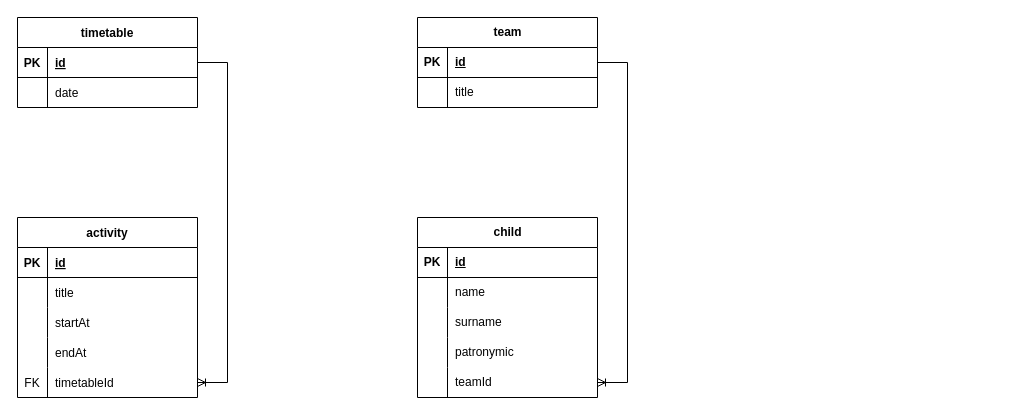
This is backend/DB_diagrams/diagram.drawio from PavKiki/Tracking-the-activity-of-children-in-field-camps, a draw.io file, before an edit. Source tidied: cells renumbered, new cells numbered last; positions are measured from the earlier drawing's top-left corner, leaving out a move shared by most shapes. Both pictures are drawn from the tidied source at 100%, with x=0, y=0 at pixel (17, 17).
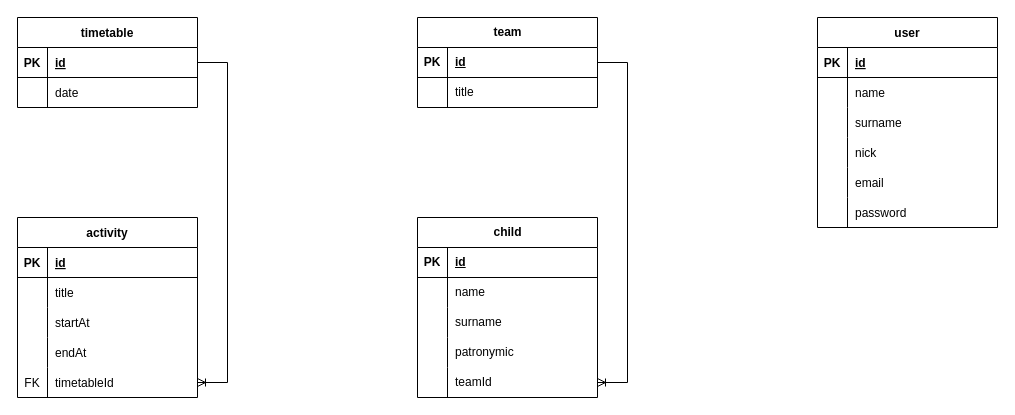
The same diagram, later.

What changed in the source:
```diff
@@
+    <mxCell id="50" value="user" style="shape=table;startSize=30;childLayout=tableLayout;rowLines=0;fontStyle=1;align=center;" parent="1" vertex="1">
+      <mxGeometry x="800" width="180" height="210" as="geometry" />
+    </mxCell>
+    <mxCell id="51" style="shape=tableRow;horizontal=0;startSize=0;swimlaneHead=0;swimlaneBody=0;fillColor=none;top=0;left=0;right=0;bottom=1;" parent="50" vertex="1">
+      <mxGeometry y="30" width="180" height="30" as="geometry" />
+    </mxCell>
+    <mxCell id="52" value="PK" style="shape=partialRectangle;fillColor=none;top=0;left=0;bottom=0;right=0;fontStyle=1;overflow=hidden;" parent="51" vertex="1">
+      <mxGeometry width="30" height="30" as="geometry" />
+    </mxCell>
+    <mxCell id="53" value="id" style="shape=partialRectangle;fillColor=none;top=0;left=0;bottom=0;right=0;align=left;spacingLeft=6;fontStyle=5;overflow=hidden;" parent="51" vertex="1">
+      <mxGeometry x="30" width="150" height="30" as="geometry" />
+    </mxCell>
+    <mxCell id="54" style="shape=tableRow;horizontal=0;startSize=0;swimlaneHead=0;swimlaneBody=0;fillColor=none;top=0;left=0;right=0;bottom=0;" parent="50" vertex="1">
+      <mxGeometry y="60" width="180" height="30" as="geometry" />
+    </mxCell>
+    <mxCell id="55" style="shape=partialRectangle;fillColor=none;top=0;left=0;bottom=0;right=0;overflow=hidden;" parent="54" vertex="1">
+      <mxGeometry width="30" height="30" as="geometry" />
+    </mxCell>
+    <mxCell id="56" value="name" style="shape=partialRectangle;fillColor=none;top=0;left=0;bottom=0;right=0;align=left;spacingLeft=6;overflow=hidden;" parent="54" vertex="1">
+      <mxGeometry x="30" width="150" height="30" as="geometry" />
+    </mxCell>
+    <mxCell id="57" style="shape=tableRow;horizontal=0;startSize=0;swimlaneHead=0;swimlaneBody=0;fillColor=none;top=0;left=0;right=0;bottom=0;" parent="50" vertex="1">
+      <mxGeometry y="90" width="180" height="30" as="geometry" />
+    </mxCell>
+    <mxCell id="58" style="shape=partialRectangle;fillColor=none;top=0;left=0;bottom=0;right=0;overflow=hidden;" parent="57" vertex="1">
+      <mxGeometry width="30" height="30" as="geometry" />
+    </mxCell>
+    <mxCell id="59" value="surname" style="shape=partialRectangle;fillColor=none;top=0;left=0;bottom=0;right=0;align=left;spacingLeft=6;overflow=hidden;" parent="57" vertex="1">
+      <mxGeometry x="30" width="150" height="30" as="geometry" />
+    </mxCell>
+    <mxCell id="60" style="shape=tableRow;horizontal=0;startSize=0;swimlaneHead=0;swimlaneBody=0;fillColor=none;top=0;left=0;right=0;bottom=0;" parent="50" vertex="1">
+      <mxGeometry y="120" width="180" height="30" as="geometry" />
+    </mxCell>
+    <mxCell id="61" style="shape=partialRectangle;fillColor=none;top=0;left=0;bottom=0;right=0;overflow=hidden;" parent="60" vertex="1">
+      <mxGeometry width="30" height="30" as="geometry" />
+    </mxCell>
+    <mxCell id="62" value="nick" style="shape=partialRectangle;fillColor=none;top=0;left=0;bottom=0;right=0;align=left;spacingLeft=6;overflow=hidden;" parent="60" vertex="1">
+      <mxGeometry x="30" width="150" height="30" as="geometry" />
+    </mxCell>
+    <mxCell id="63" style="shape=tableRow;horizontal=0;startSize=0;swimlaneHead=0;swimlaneBody=0;fillColor=none;top=0;left=0;right=0;bottom=0;" parent="50" vertex="1">
+      <mxGeometry y="150" width="180" height="30" as="geometry" />
+    </mxCell>
+    <mxCell id="64" style="shape=partialRectangle;fillColor=none;top=0;left=0;bottom=0;right=0;overflow=hidden;" parent="63" vertex="1">
+      <mxGeometry width="30" height="30" as="geometry" />
+    </mxCell>
+    <mxCell id="65" value="email" style="shape=partialRectangle;fillColor=none;top=0;left=0;bottom=0;right=0;align=left;spacingLeft=6;overflow=hidden;" parent="63" vertex="1">
+      <mxGeometry x="30" width="150" height="30" as="geometry" />
+    </mxCell>
+    <mxCell id="66" style="shape=tableRow;horizontal=0;startSize=0;swimlaneHead=0;swimlaneBody=0;fillColor=none;top=0;left=0;right=0;bottom=0;" parent="50" vertex="1">
+      <mxGeometry y="180" width="180" height="30" as="geometry" />
+    </mxCell>
+    <mxCell id="67" style="shape=partialRectangle;fillColor=none;top=0;left=0;bottom=0;right=0;overflow=hidden;" parent="66" vertex="1">
+      <mxGeometry width="30" height="30" as="geometry" />
+    </mxCell>
+    <mxCell id="68" value="password" style="shape=partialRectangle;fillColor=none;top=0;left=0;bottom=0;right=0;align=left;spacingLeft=6;overflow=hidden;" parent="66" vertex="1">
+      <mxGeometry x="30" width="150" height="30" as="geometry" />
+    </mxCell>
```
